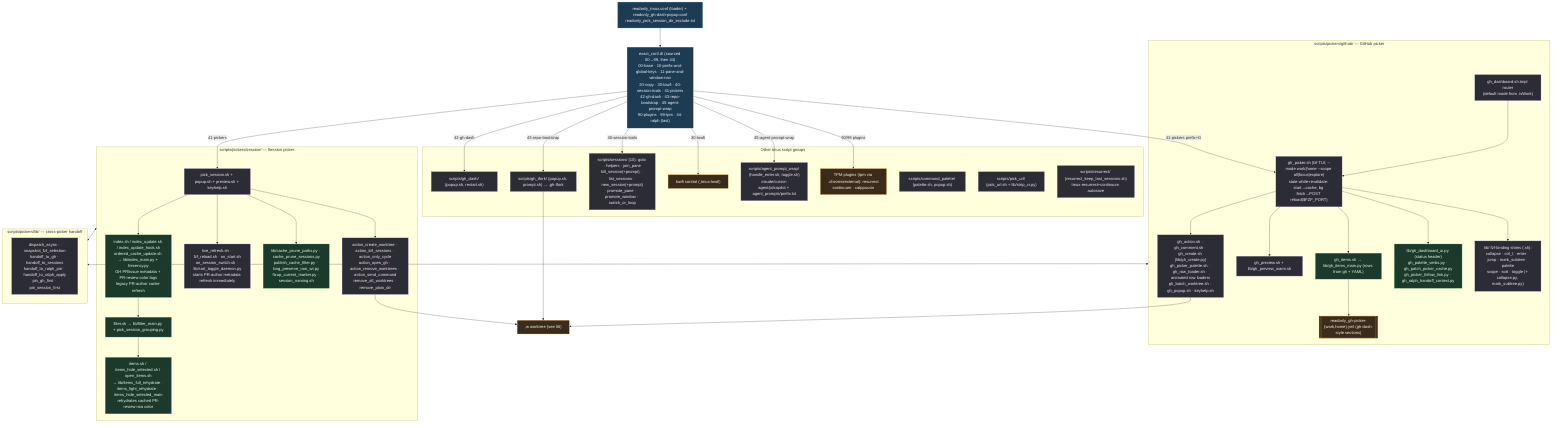
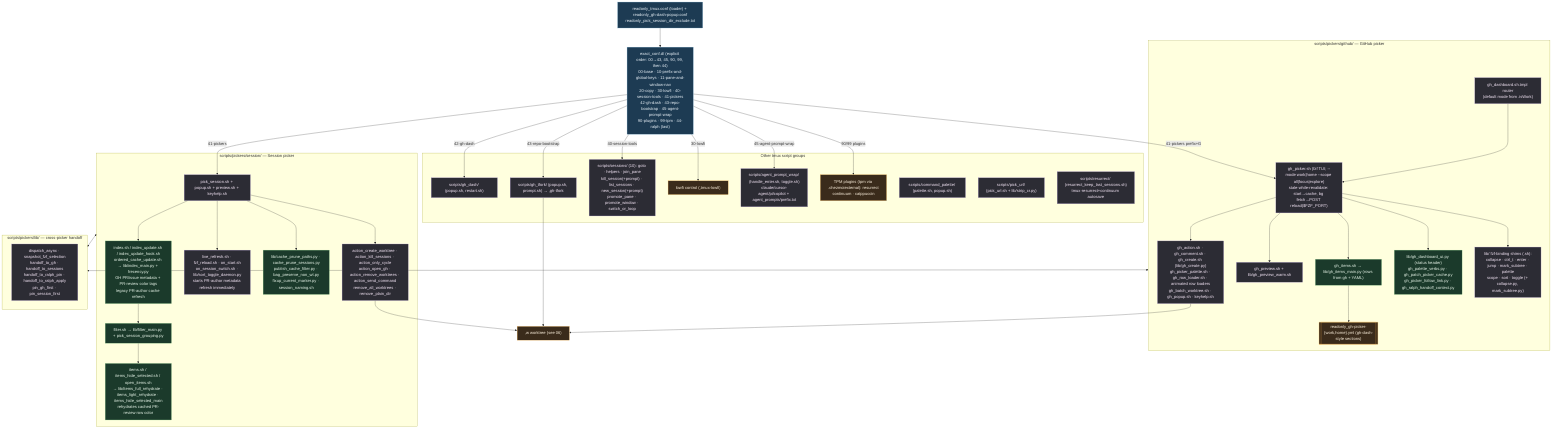
%% ============================================================================
%% 05-tmux-pickers.mmd — Every file under home/dot_config/exact_tmux/ (119).
- %% Loader sources conf.d/* in numeric order; scripts/ holds all integrations.
+ %% Loader sources files explicitly: 00..43, 45, 90, 99, then 44-ralph after TPM.
%% Deployed to ~/.config/tmux/. Prefix = C-Space.
%% ============================================================================
flowchart TD
    classDef conf fill:#1d3b53,stroke:#7fb3d5,color:#eaf2f8;
    classDef sh fill:#2c2c34,stroke:#b39ddb,color:#f3e5f5;
    classDef py fill:#1b3a2b,stroke:#81c784,color:#e8f5e9;
    classDef data fill:#3a2b1b,stroke:#ffb74d,color:#fff3e0;

    LOADER["readonly_tmux.conf (loader) + readonly_gh-dash-popup.conf<br/>readonly_pick_session_dir_exclude.txt"]:::conf
-     LOADER --> CONFD["exact_conf.d/ (sourced 00→99, then 44)<br/>00-base · 10-prefix-and-global-keys · 11-pane-and-window-nav<br/>20-copy · 30-lowfi · 40-session-tools · 41-pickers<br/>42-gh-dash · 43-repo-bootstrap · 45-agent-prompt-wrap<br/>90-plugins · 99-tpm · 44-ralph (last)"]:::conf
+     LOADER --> CONFD["exact_conf.d/ (explicit order: 00→43, 45, 90, 99, then 44)<br/>00-base · 10-prefix-and-global-keys · 11-pane-and-window-nav<br/>20-copy · 30-lowfi · 40-session-tools · 41-pickers<br/>42-gh-dash · 43-repo-bootstrap · 45-agent-prompt-wrap<br/>90-plugins · 99-tpm · 44-ralph (last)"]:::conf

    CONFD -->|41-pickers prefix+G| GHP
    CONFD -->|41-pickers| SESS
    CONFD -->|42-gh-dash| GHDASH
    CONFD -->|43-repo-bootstrap| TFORK
    CONFD -->|40-session-tools| SESSIONS
    CONFD -->|30-lowfi| LOWFI
    CONFD -->|45-agent-prompt-wrap| APW
    CONFD -->|90/99 plugins| PLUGINS

    subgraph GH["scripts/pickers/github/ — GitHub picker"]
        GHROUTER["gh_dashboard.sh.tmpl router<br/>(default mode from .isWork)"]:::sh
        GHP["gh_picker.sh (fzf TUI; --mode work|home --scope all|focus|explore)<br/>stale-while-revalidate: start→cache, bg fetch→POST reload($FZF_PORT)"]:::sh
        GHITEMS["gh_items.sh → lib/gh_items_main.py (rows from gh + YAML)"]:::py
        GHCFG[["readonly_gh-picker-{work,home}.yml (gh-dash-style sections)"]]:::data
        GHPREV["gh_preview.sh + lib/gh_preview_warm.sh"]:::sh
        GHACT["gh_action.sh · gh_comment.sh · gh_create.sh (lib/gh_create.py)<br/>gh_picker_palette.sh · gh_row_loader.sh · animated row loaders<br/>gh_batch_worktree.sh · gh_popup.sh · keyhelp.sh"]:::sh
        GHUI["lib/gh_dashboard_ui.py (status header)<br/>gh_palette_verbs.py · gh_patch_picker_cache.py<br/>gh_picker_follow_link.py · gh_ralph_handoff_context.py"]:::py
        GHBIND["lib/ fzf-binding shims (.sh):<br/>collapse · ctrl_t · enter · jump · mark_subtree · palette<br/>scope · sort · toggle (+ collapse.py, mark_subtree.py)"]:::sh
        GHROUTER --> GHP --> GHITEMS --> GHCFG
        GHP --> GHPREV & GHACT & GHUI & GHBIND
    end

    subgraph SE["scripts/pickers/session/ — Session picker"]
        SESS["pick_session.sh + popup.sh + preview.sh + keyhelp.sh"]:::sh
        SIDX["index.sh / index_update.sh / index_update_hook.sh<br/>ordered_cache_update.sh → lib/index_main.py + frecency.py<br/>GH PR/issue metadata + PR-review color tags<br/>legacy PR-author cache refresh"]:::py
        SFILT["filter.sh → lib/filter_main.py + pick_session_grouping.py"]:::py
        SITEMS["items.sh / items_hide_selected.sh / open_items.sh<br/>→ lib/items_full_rehydrate · items_light_rehydrate · items_hide_selected_main<br/>rehydrates cached PR-review row color"]:::py
        SLIVE["live_refresh.sh · fzf_reload.sh · on_start.sh<br/>on_session_switch.sh · lib/sort_toggle_daemon.py<br/>starts PR-author metadata refresh immediately"]:::sh
        SCACHE["lib/cache_prune_paths.py · cache_prune_sessions.py<br/>publish_cache_filter.py · bag_preserve_non_wt.py<br/>fixup_current_marker.py · session_naming.sh"]:::py
        SACT["action_create_worktree · action_kill_sessions · action_only_cycle<br/>action_open_gh · action_remove_worktrees · action_send_command<br/>remove_all_worktrees · remove_plain_dir"]:::sh
        SESS --> SIDX --> SFILT --> SITEMS
        SESS --> SLIVE & SCACHE & SACT
    end

    subgraph PLIB["scripts/pickers/lib/ — cross-picker handoff"]
        HO["dispatch_async · snapshot_fzf_selection<br/>handoff_to_gh · handoff_to_sessions<br/>handoff_to_ralph_pin · handoff_to_ralph_apply<br/>pin_gh_first · pin_session_first"]:::sh
    end
    GH <--> PLIB
    SE <--> PLIB

    subgraph OTHER["Other tmux script groups"]
        SESSIONS["scripts/sessions/ (10): goto · helpers · join_pane<br/>kill_session(+prompt) · list_sessions · new_session(+prompt)<br/>promote_pane · promote_window · switch_or_loop"]:::sh
        GHDASH["scripts/gh_dash/ (popup.sh, restart.sh)"]:::sh
        TFORK["scripts/gh_tfork/ (popup.sh, prompt.sh) → ,gh-tfork"]:::sh
        CMDP["scripts/command_palette/ (palette.sh, popup.sh)"]:::sh
        PURL["scripts/pick_url/ (pick_url.sh + lib/strip_cr.py)"]:::sh
        APW["scripts/agent_prompt_wrap/ (handle_enter.sh, toggle.sh)<br/>claude/cursor-agent/pi/copilot + agent_prompts/prefix.txt"]:::sh
        RESUR["scripts/resurrect/ (resurrect_keep_last_sessions.sh)<br/>tmux-resurrect+continuum autosave"]:::sh
        LOWFI["lowfi control (,tmux-lowfi)"]:::data
        PLUGINS["TPM plugins (tpm via .chezmoiexternal): resurrect<br/>continuum · catppuccin"]:::data
    end
    SACT --> WLINK[",w worktree (see 06)"]:::data
    GHACT --> WLINK
    TFORK --> WLINK
